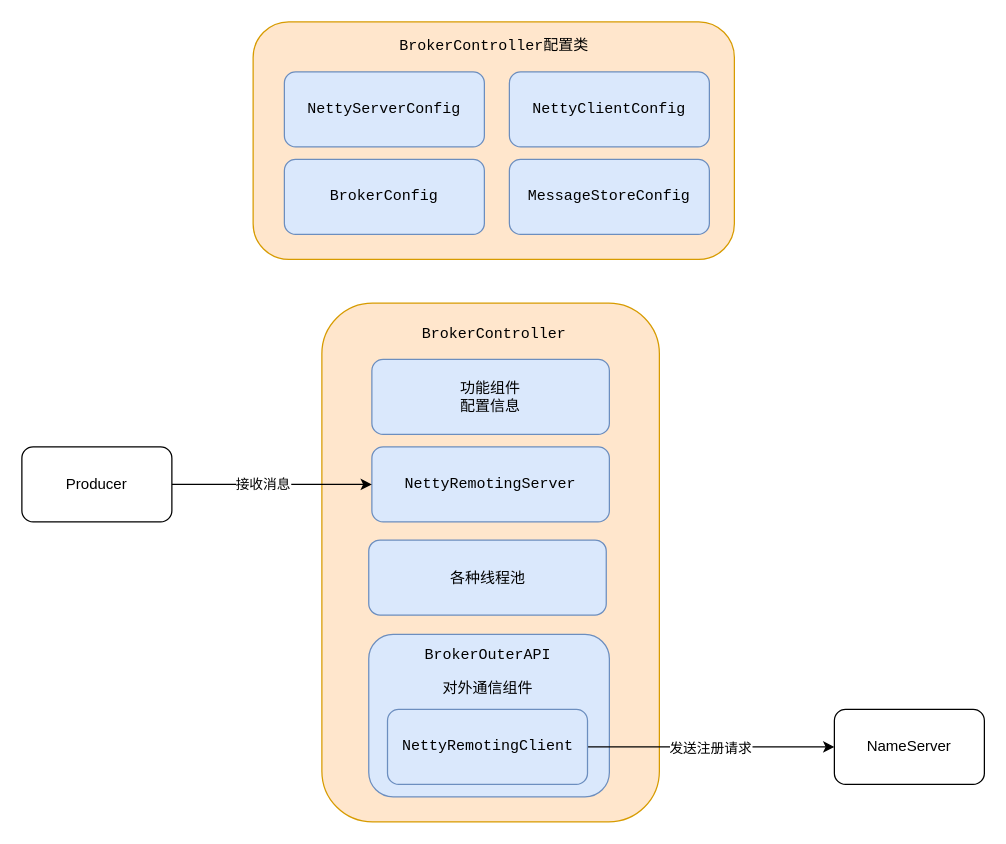
Earlier version of the draw.io diagram rocketmq/broker各种组件的作用.drawio (erlieStar/diagrams). Source tidied: cells renumbered, new cells numbered last; positions are measured from the earlier drawing's top-left corner, leaving out a move shared by most shapes. Both pictures are drawn from the tidied source at 125%, with x=0, y=0 at pixel (21, 21).
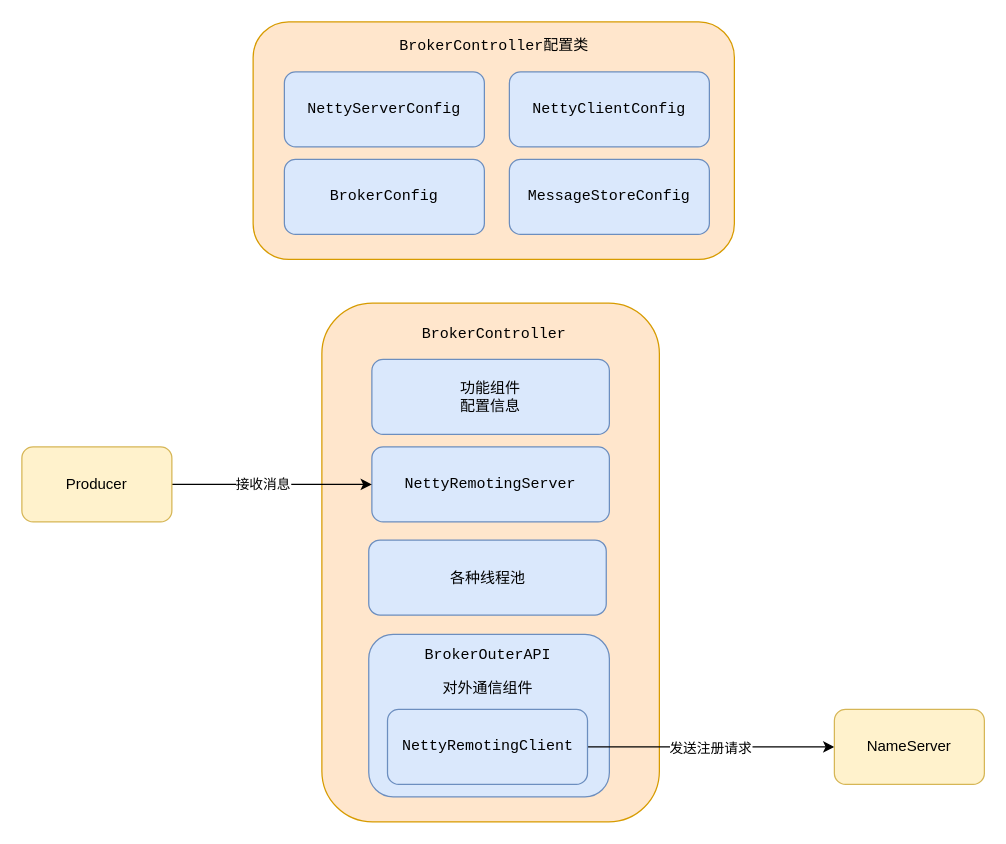
The same diagram, later.

Commit message:
Update broker各种组件的作用.drawio

The edit, as a diff of the source:
```diff
@@
-    <mxCell id="18" value="NameServer" style="rounded=1;whiteSpace=wrap;html=1;" parent="1" vertex="1">
+    <mxCell id="18" value="NameServer" style="rounded=1;whiteSpace=wrap;html=1;fillColor=#fff2cc;strokeColor=#d6b656;" parent="1" vertex="1">
       <mxGeometry x="650" y="550" width="120" height="60" as="geometry" />
     </mxCell>
@@
-    <mxCell id="21" value="Producer" style="rounded=1;whiteSpace=wrap;html=1;" parent="1" vertex="1">
+    <mxCell id="21" value="Producer" style="rounded=1;whiteSpace=wrap;html=1;fillColor=#fff2cc;strokeColor=#d6b656;" parent="1" vertex="1">
       <mxGeometry y="340" width="120" height="60" as="geometry" />
     </mxCell>
```
